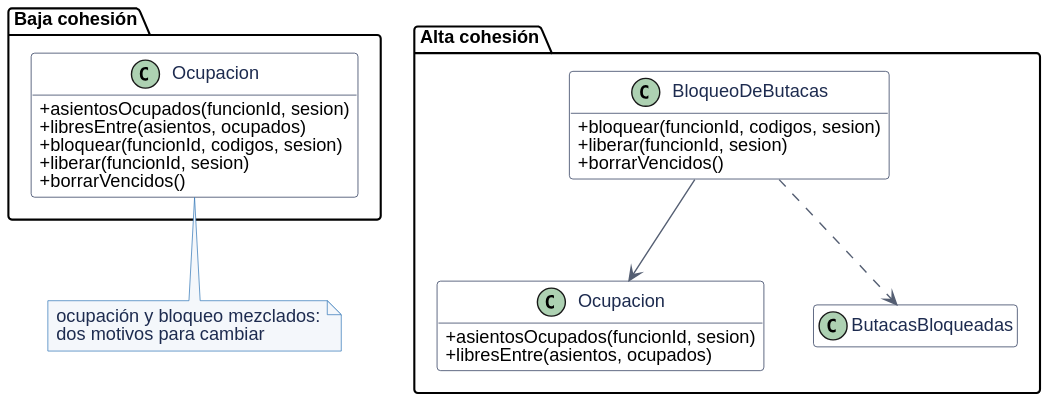
Before: _other/docs/diagramas/patron-alta-cohesion.svg, a diagram exported from PlantUML (andreiveisuade/cine-uade).
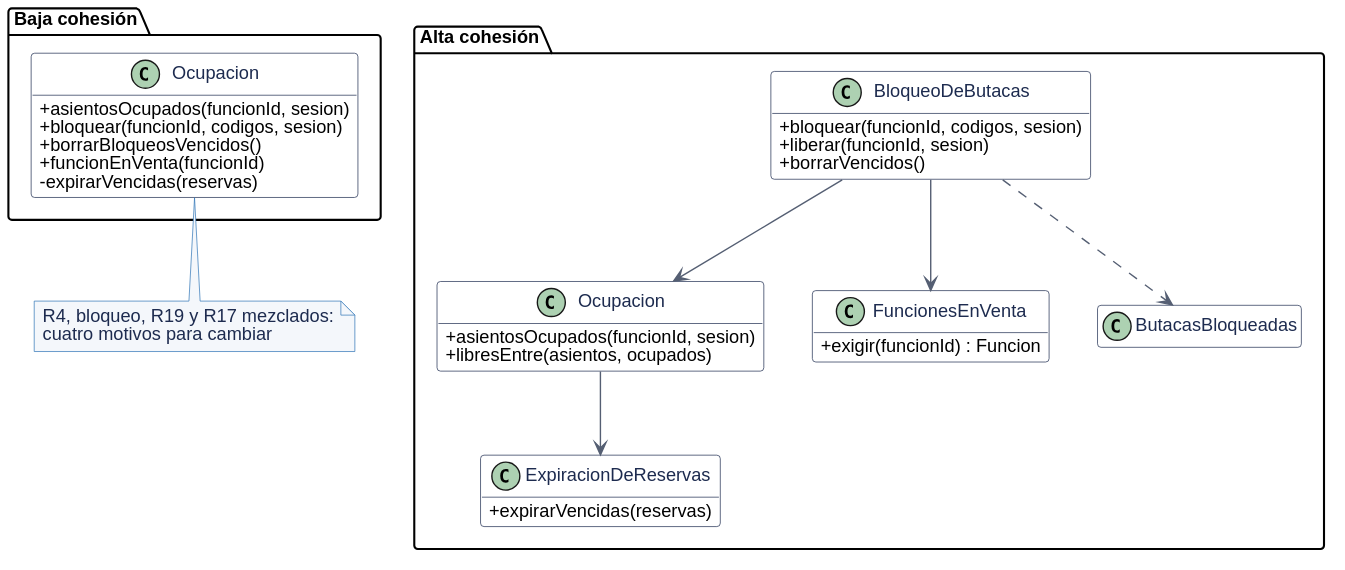
The same file after the commit.

Commit message:
docs(diagramas): alta cohesion muestra las cuatro clases en que se partio ocupacion

What changed in the source:
```diff
@@ -3,10 +3,10 @@
 package "Baja cohesión" {
   class "Ocupacion" as O1 {
     + asientosOcupados(funcionId, sesion)
-    + libresEntre(asientos, ocupados)
     + bloquear(funcionId, codigos, sesion)
-    + liberar(funcionId, sesion)
-    + borrarVencidos()
+    + borrarBloqueosVencidos()
+    + funcionEnVenta(funcionId)
+    - expirarVencidas(reservas)
   }
 }
 package "Alta cohesión" {
@@ -19,9 +19,17 @@
     + liberar(funcionId, sesion)
     + borrarVencidos()
   }
+  class FuncionesEnVenta {
+    + exigir(funcionId) : Funcion
+  }
+  class ExpiracionDeReservas {
+    + expirarVencidas(reservas)
+  }
   class ButacasBloqueadas
+  O2 --> ExpiracionDeReservas
   BloqueoDeButacas --> O2
+  BloqueoDeButacas --> FuncionesEnVenta
   BloqueoDeButacas ..> ButacasBloqueadas
 }
-note bottom of O1 : ocupación y bloqueo mezclados:\ndos motivos para cambiar
+note bottom of O1 : R4, bloqueo, R19 y R17 mezclados:\ncuatro motivos para cambiar
 @enduml
```
